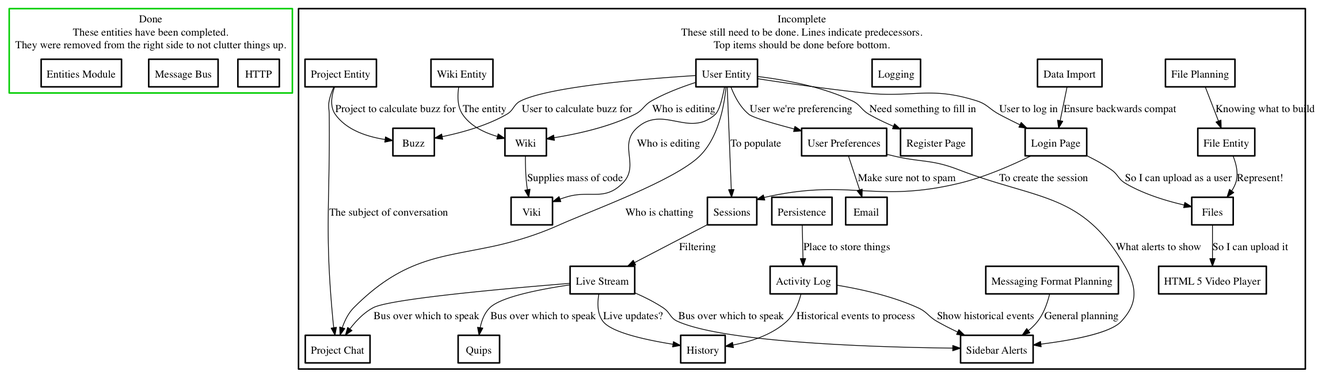
Before: needed.png, a diagram exported from Graphviz (negativeview/Velour-1.5). Its source is kept beside it as needed.dot.
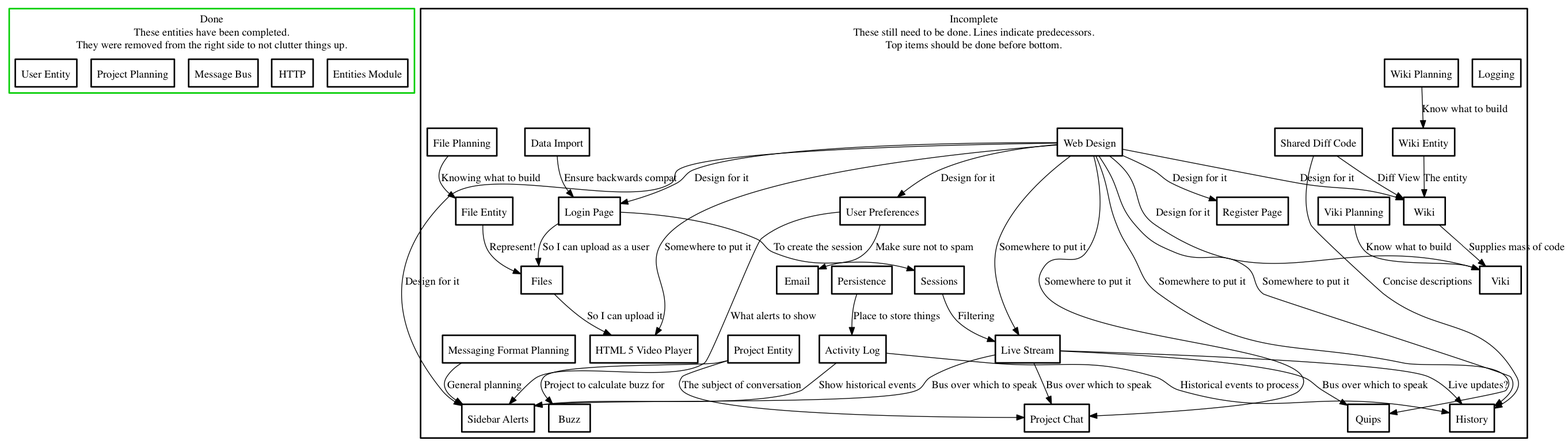
Later version of the same file.

Commit message:
Learned a lot about inheritance and serialization. Updated dot file. Added a good-enough user entity.

The edit, as a diff of the source:
```diff
@@ -8,9 +8,11 @@
         shape=box
         label="Done\nThese entities have been completed.\nThey were removed from the right side to not clutter things up."
 
+        entities [ label="Entities Module" ];
         http_framework [ label="HTTP" ];
         message_bus [ label="Message Bus" ];
-        entities [ label="Entities Module" ];
+        project_planning [ label="Project Planning" ];
+        user_entity [ label="User Entity" ];
     };
 
     subgraph cluster_not {
@@ -19,78 +21,70 @@
         shape=box
         label="Incomplete\nThese still need to be done. Lines indicate predecessors.\nTop items should be done before bottom."
 
+        activity_log [ label="Activity Log" ];
         alert_format_planning [ label="Messaging Format Planning" ];
-        activity_log [ label="Activity Log" ];
         buzz [ label="Buzz" ];
         data_import [ label="Data Import" ];
+        diff_code [ label="Shared Diff Code"];
         email [ label="Email" ];
+        file_entity [ label="File Entity" ];
         file_planning [ label="File Planning" ];
-        file_entity [ label="File Entity" ];
         files [ label="Files" ];
         header_sayings [ label="Quips" ];
         history_tool [ label="History" ];
         html5_video [ label="HTML 5 Video Player" ];
         live_stream [ label="Live Stream" ];
+        logging [ label="Logging" ];
         login_page [ label="Login Page" ];
-        logging [ label="Logging" ];
         persistence [ label="Persistence" ];
         project_chat [ label="Project Chat" ];
         project_entity [ label="Project Entity" ];
         register_page [ label="Register Page" ];
         sessions [ label="Sessions" ];
         sidebar_alerts [ label="Sidebar Alerts" ];
-        user_entity [ label="User Entity" ];
         user_preferences [ label="User Preferences" ];
+        viki [ label="Viki" ];
+        viki_planning [ label = "Viki Planning" ];
+        web_design [ label = "Web Design" ];
         wiki [ label="Wiki" ];
         wiki_entity [ label="Wiki Entity" ];
-        viki [ label="Viki" ];
+        wiki_planning [ label="Wiki Planning" ];
     }
 
+    activity_log->history_tool [ label = "Historical events to process" ];
+    activity_log->sidebar_alerts [ label = "Show historical events" ];
+    alert_format_planning->sidebar_alerts [ label = "General planning" ];
+    data_import->login_page [ label = "Ensure backwards compat" ];
+    diff_code->history_tool [ label = "Concise descriptions"];
+    diff_code->wiki [ label = "Diff View" ];
+    file_entity->files [ label="Represent!" ];
     file_planning->file_entity [ label="Knowing what to build" ];
-
+    files->html5_video [ label="So I can upload it" ];
+    live_stream->header_sayings [ label = "Bus over which to speak" ];
+    live_stream->history_tool [ label = "Live updates?" ];
+    live_stream->project_chat [ label = "Bus over which to speak" ];
+    live_stream->sidebar_alerts [ label = "Bus over which to speak" ];
     login_page->files [ label="So I can upload as a user" ];
-    file_entity->files [ label="Represent!" ];
-
-    files->html5_video [ label="So I can upload it" ];
-
+    login_page->sessions [ label = "To create the session" ];
+    persistence->activity_log [ label="Place to store things" ];
+    project_entity->buzz [ label = "Project to calculate buzz for" ];
+    project_entity->project_chat [ label = "The subject of conversation" ];
+    sessions->live_stream [ label = "Filtering" ];
     user_preferences->email [ label="Make sure not to spam" ];
-
-    persistence->activity_log [ label="Place to store things" ];
-
-    login_page->sessions [ label = "To create the session" ];
-    user_entity->sessions [ label = "To populate" ];
-
-    sessions->live_stream [ label = "Filtering" ];
-
     user_preferences->sidebar_alerts [ label = "What alerts to show" ];
-    activity_log->sidebar_alerts [ label = "Show historical events" ];
-    live_stream->sidebar_alerts [ label = "Bus over which to speak" ];
-    alert_format_planning->sidebar_alerts [ label = "General planning" ];
-
-    user_entity->login_page [ label = "User to log in" ];
-    data_import->login_page [ label = "Ensure backwards compat" ];
-
-    activity_log->history_tool [ label = "Historical events to process" ];
-    live_stream->history_tool [ label = "Live updates?" ];
-
-    live_stream->header_sayings [ label = "Bus over which to speak" ];
-
-    live_stream->project_chat [ label = "Bus over which to speak" ];
-    project_entity->project_chat [ label = "The subject of conversation" ];
-    user_entity->project_chat [ label = "Who is chatting" ];
-
+    viki_planning->viki [ label = "Know what to build" ];
+    web_design->header_sayings [ label = "Somewhere to put it" ];
+    web_design->history_tool [ label = "Somewhere to put it" ];
+    web_design->html5_video [ label = "Somewhere to put it" ];
+    web_design->live_stream [ label = "Somewhere to put it" ];
+    web_design->login_page [ label = "Design for it" ];
+    web_design->project_chat [ label = "Somewhere to put it" ];
+    web_design->register_page [ label = "Design for it" ];
+    web_design->sidebar_alerts [ label = "Design for it" ];
+    web_design->user_preferences [ label = "Design for it" ];
+    web_design->viki [ label = "Design for it" ];
+    web_design->wiki [ label = "Design for it" ];
+    wiki_entity->wiki [ label = "The entity" ];
+    wiki_planning->wiki_entity [ label = "Know what to build" ];
     wiki->viki [ label = "Supplies mass of code" ];
-    user_entity->viki [ label = "Who is editing" ];
-
-    user_entity->wiki [ label = "Who is editing" ];
-    wiki_entity->wiki [ label = "The entity" ];
-
-    user_entity->register_page [ label = "Need something to fill in" ];
-
-
-
-    user_entity->buzz [ label = "User to calculate buzz for" ];
-    project_entity->buzz [ label = "Project to calculate buzz for" ];
-
-    user_entity->user_preferences [ label = "User we're preferencing" ];
 }
```
